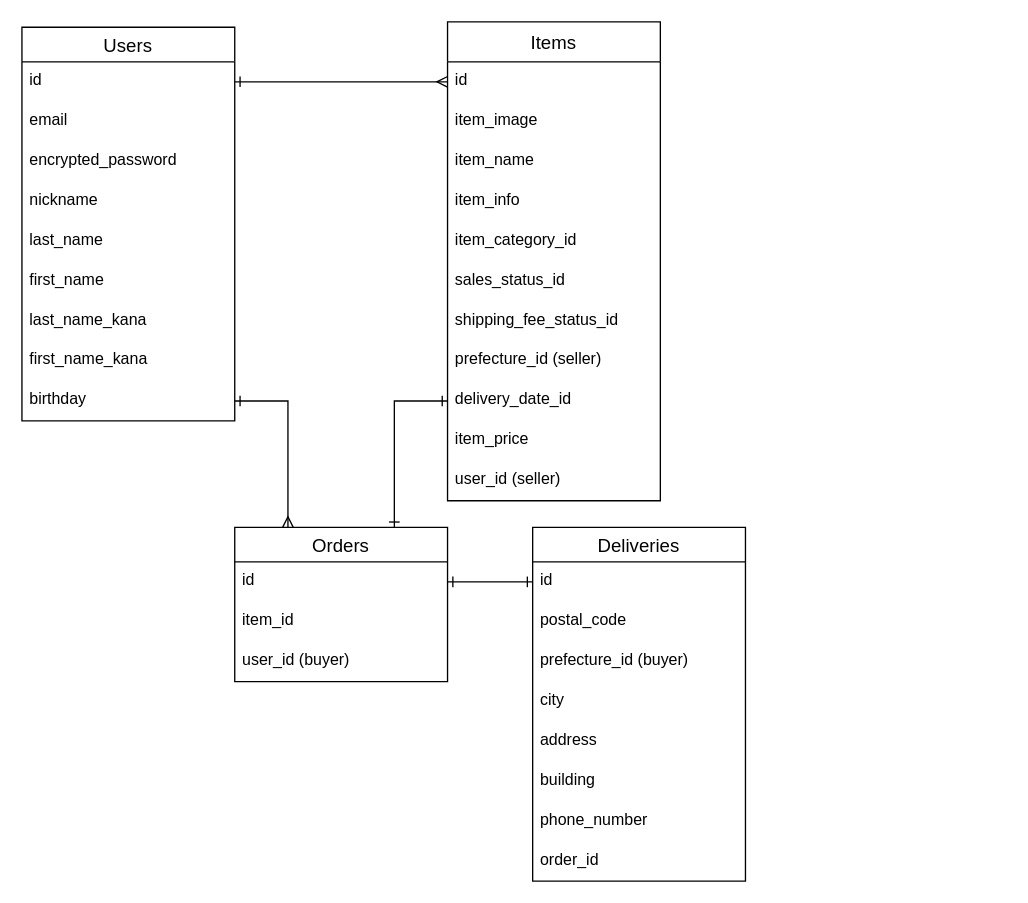
Above: frima.dio in katsu-skillup/furima-35898 (draw.io), before the change. Source tidied: cells renumbered, new cells numbered last; positions are measured from the earlier drawing's top-left corner, leaving out a move shared by most shapes. Both pictures are drawn from the tidied source at 133%, with x=0, y=0 at pixel (21, 21).
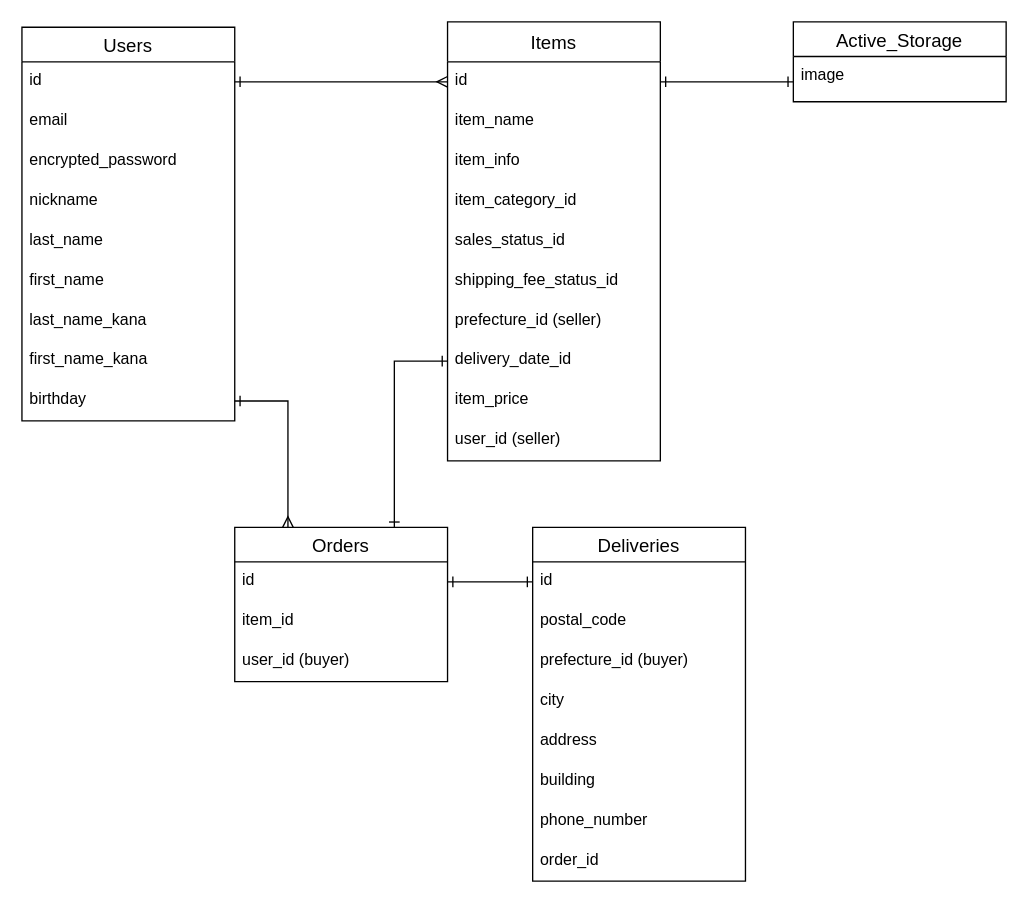
The same page after the edit.

Commit message (it also covers changes not shown here):
item_imageカラム削除

The change refers to these unchanged cells:
```xml
<mxCell id="13" value="id" style="text;strokeColor=none;fillColor=none;spacingLeft=4;spacingRight=4;overflow=hidden;points=[[0,0.5],[1,0.5]];portConstraint=eastwest;fontSize=12;" parent="12" vertex="1">
  <mxGeometry y="30" width="160" height="30" as="geometry" />
</mxCell>
```

Diff of the diagram source:
```diff
@@
     <mxCell id="12" value="Items" style="swimlane;fontStyle=0;horizontal=1;startSize=30;align=center;fontSize=14;" parent="1" vertex="1">
-      <mxGeometry x="320" width="160" height="360" as="geometry" />
+      <mxGeometry x="320" width="160" height="330" as="geometry" />
     </mxCell>
@@
-    <mxCell id="14" value="item_image" style="text;strokeColor=none;fillColor=none;spacingLeft=4;spacingRight=4;overflow=hidden;fontSize=12;" parent="12" vertex="1">
-      <mxGeometry y="60" width="160" height="30" as="geometry" />
-    </mxCell>
     <mxCell id="15" value="item_name" style="text;strokeColor=none;fillColor=none;spacingLeft=4;spacingRight=4;overflow=hidden;fontSize=12;" parent="12" vertex="1">
-      <mxGeometry y="90" width="160" height="30" as="geometry" />
+      <mxGeometry y="60" width="160" height="30" as="geometry" />
     </mxCell>
     <mxCell id="16" value="item_info" style="text;strokeColor=none;fillColor=none;spacingLeft=4;spacingRight=4;overflow=hidden;fontSize=12;" parent="12" vertex="1">
-      <mxGeometry y="120" width="160" height="30" as="geometry" />
+      <mxGeometry y="90" width="160" height="30" as="geometry" />
     </mxCell>
     <mxCell id="17" value="item_category_id" style="text;strokeColor=none;fillColor=none;spacingLeft=4;spacingRight=4;overflow=hidden;fontSize=12;" parent="12" vertex="1">
-      <mxGeometry y="150" width="160" height="30" as="geometry" />
+      <mxGeometry y="120" width="160" height="30" as="geometry" />
     </mxCell>
     <mxCell id="18" value="sales_status_id" style="text;strokeColor=none;fillColor=none;spacingLeft=4;spacingRight=4;overflow=hidden;fontSize=12;" parent="12" vertex="1">
-      <mxGeometry y="180" width="160" height="30" as="geometry" />
+      <mxGeometry y="150" width="160" height="30" as="geometry" />
     </mxCell>
     <mxCell id="19" value="shipping_fee_status_id" style="text;strokeColor=none;fillColor=none;spacingLeft=4;spacingRight=4;overflow=hidden;fontSize=12;" parent="12" vertex="1">
-      <mxGeometry y="210" width="160" height="30" as="geometry" />
+      <mxGeometry y="180" width="160" height="30" as="geometry" />
     </mxCell>
     <mxCell id="20" value="prefecture_id (seller)" style="text;strokeColor=none;fillColor=none;spacingLeft=4;spacingRight=4;overflow=hidden;fontSize=12;" parent="12" vertex="1">
-      <mxGeometry y="240" width="160" height="30" as="geometry" />
+      <mxGeometry y="210" width="160" height="30" as="geometry" />
     </mxCell>
     <mxCell id="21" value="delivery_date_id" style="text;strokeColor=none;fillColor=none;spacingLeft=4;spacingRight=4;overflow=hidden;points=[[0,0.5],[1,0.5]];portConstraint=eastwest;fontSize=12;" parent="12" vertex="1">
-      <mxGeometry y="270" width="160" height="30" as="geometry" />
+      <mxGeometry y="240" width="160" height="30" as="geometry" />
     </mxCell>
     <mxCell id="22" value="item_price" style="text;strokeColor=none;fillColor=none;spacingLeft=4;spacingRight=4;overflow=hidden;fontSize=12;" parent="12" vertex="1">
-      <mxGeometry y="300" width="160" height="30" as="geometry" />
+      <mxGeometry y="270" width="160" height="30" as="geometry" />
     </mxCell>
     <mxCell id="23" value="user_id (seller)" style="text;strokeColor=none;fillColor=none;spacingLeft=4;spacingRight=4;overflow=hidden;fontSize=12;" parent="12" vertex="1">
-      <mxGeometry y="330" width="160" height="30" as="geometry" />
+      <mxGeometry y="300" width="160" height="30" as="geometry" />
     </mxCell>
@@
+    <mxCell id="42" value="Active_Storage" style="swimlane;fontStyle=0;horizontal=1;startSize=26;align=center;fontSize=14;" parent="1" vertex="1">
+      <mxGeometry x="580" width="160" height="60" as="geometry" />
+    </mxCell>
+    <mxCell id="43" value="image" style="text;strokeColor=none;fillColor=none;spacingLeft=4;spacingRight=4;overflow=hidden;fontSize=12;" parent="42" vertex="1">
+      <mxGeometry y="26" width="160" height="34" as="geometry" />
+    </mxCell>
+    <mxCell id="44" style="edgeStyle=orthogonalEdgeStyle;rounded=0;jettySize=auto;html=1;exitX=1;exitY=0.5;exitDx=0;exitDy=0;entryX=0;entryY=0.75;entryDx=0;entryDy=0;startArrow=ERone;startFill=0;endArrow=ERone;endFill=0;" parent="1" edge="1" source="13" target="42">
+      <mxGeometry relative="1" as="geometry" />
+    </mxCell>
```
